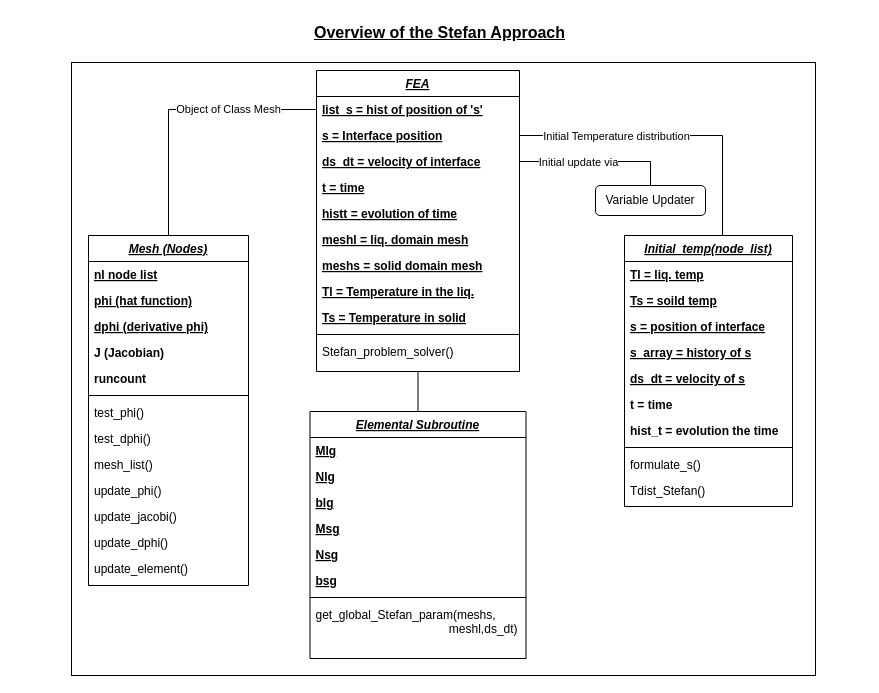
okolekar/PPP keeps this draw.io diagram as Stefan_Overview.drawio. Above is the earlier version. Source tidied: cells renumbered, new cells numbered last; positions are measured from the earlier drawing's top-left corner, leaving out a move shared by most shapes. Both pictures are drawn from the tidied source at 100%, with x=0, y=0 at pixel (17, 17).
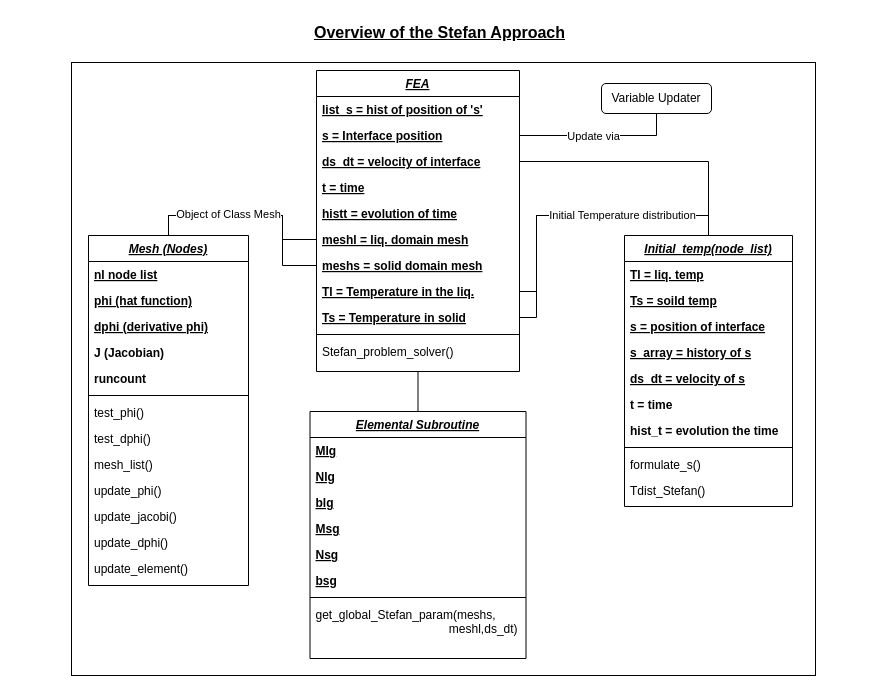
Above is the later version.

Unchanged cells that the change refers to:
```xml
<mxCell id="16" value="list_s = hist of position of 's'" style="text;align=left;verticalAlign=top;spacingLeft=4;spacingRight=4;overflow=hidden;points=[[0,0.5],[1,0.5]];portConstraint=eastwest;fontStyle=5;" parent="15" vertex="1">
  <mxGeometry y="26" width="203" height="26" as="geometry" />
</mxCell>
<mxCell id="17" value="s = Interface position" style="text;align=left;verticalAlign=top;spacingLeft=4;spacingRight=4;overflow=hidden;points=[[0,0.5],[1,0.5]];portConstraint=eastwest;rounded=0;shadow=0;html=0;fontStyle=5;" parent="15" vertex="1">
  <mxGeometry y="52" width="203" height="26" as="geometry" />
</mxCell>
<mxCell id="18" value="ds_dt = velocity of interface" style="text;align=left;verticalAlign=top;spacingLeft=4;spacingRight=4;overflow=hidden;points=[[0,0.5],[1,0.5]];portConstraint=eastwest;rounded=0;shadow=0;html=0;fontStyle=5;" parent="15" vertex="1">
  <mxGeometry y="78" width="203" height="26" as="geometry" />
</mxCell>
<mxCell id="21" value="meshl = liq. domain mesh" style="text;align=left;verticalAlign=top;spacingLeft=4;spacingRight=4;overflow=hidden;points=[[0,0.5],[1,0.5]];portConstraint=eastwest;rounded=0;shadow=0;html=0;fontStyle=5;" parent="15" vertex="1">
  <mxGeometry y="156" width="203" height="26" as="geometry" />
</mxCell>
<mxCell id="22" value="meshs = solid domain mesh" style="text;align=left;verticalAlign=top;spacingLeft=4;spacingRight=4;overflow=hidden;points=[[0,0.5],[1,0.5]];portConstraint=eastwest;rounded=0;shadow=0;html=0;fontStyle=5;" parent="15" vertex="1">
  <mxGeometry y="182" width="203" height="26" as="geometry" />
</mxCell>
<mxCell id="23" value="Tl = Temperature in the liq." style="text;align=left;verticalAlign=top;spacingLeft=4;spacingRight=4;overflow=hidden;points=[[0,0.5],[1,0.5]];portConstraint=eastwest;rounded=0;shadow=0;html=0;fontStyle=5;" parent="15" vertex="1">
  <mxGeometry y="208" width="203" height="26" as="geometry" />
</mxCell>
<mxCell id="24" value="Ts = Temperature in solid" style="text;align=left;verticalAlign=top;spacingLeft=4;spacingRight=4;overflow=hidden;points=[[0,0.5],[1,0.5]];portConstraint=eastwest;rounded=0;shadow=0;html=0;fontStyle=5;" parent="15" vertex="1">
  <mxGeometry y="234" width="203" height="26" as="geometry" />
</mxCell>
<mxCell id="27" value="Initial_temp(node_list)" style="swimlane;fontStyle=7;align=center;verticalAlign=top;horizontal=1;startSize=26;rounded=0;shadow=0;strokeWidth=1;" parent="1" vertex="1">
  <mxGeometry x="607" y="218" width="168" height="271" as="geometry" />
</mxCell>
<mxCell id="39" value="Mesh (Nodes)" style="swimlane;fontStyle=7;align=center;verticalAlign=top;horizontal=1;startSize=26;rounded=0;shadow=0;strokeWidth=1;" parent="1" vertex="1">
  <mxGeometry x="71" y="218" width="160" height="350" as="geometry" />
</mxCell>
```

What changed in the source:
```diff
@@
+    <mxCell id="13" style="edgeStyle=orthogonalEdgeStyle;rounded=0;jettySize=auto;html=1;exitX=1;exitY=0.5;exitDx=0;exitDy=0;entryX=0.502;entryY=-0.02;entryDx=0;entryDy=0;entryPerimeter=0;" parent="1" edge="1" source="17" target="27">
+      <mxGeometry relative="1" as="geometry" />
+    </mxCell>
@@
-    <mxCell id="13" style="edgeStyle=orthogonalEdgeStyle;rounded=0;jettySize=auto;html=1;entryX=0.5;entryY=0;entryDx=0;entryDy=0;endArrow=none;endFill=0;" parent="1" edge="1" source="17" target="27">
-      <mxGeometry relative="1" as="geometry">
-        <Array as="points">
-          <mxPoint x="705" y="118" />
-        </Array>
-      </mxGeometry>
-    </mxCell>
-    <mxCell id="14" value="Initial Temperature distribution" style="edgeLabel;html=1;align=center;verticalAlign=middle;" parent="13" vertex="1">
-      <mxGeometry x="-0.62" y="1" relative="1" as="geometry">
-        <mxPoint x="36" y="1" as="offset" />
-      </mxGeometry>
-    </mxCell>
@@
+    <mxCell id="58" style="edgeStyle=orthogonalEdgeStyle;rounded=0;jettySize=auto;html=1;exitX=0;exitY=0.5;exitDx=0;exitDy=0;entryX=0.5;entryY=0;entryDx=0;entryDy=0;endArrow=none;endFill=0;" parent="1" edge="1" source="22" target="39">
+      <mxGeometry relative="1" as="geometry" />
+    </mxCell>
-    <mxCell id="53" style="edgeStyle=orthogonalEdgeStyle;rounded=0;jettySize=auto;html=1;entryX=0.5;entryY=0;entryDx=0;entryDy=0;endArrow=none;endFill=0;" parent="1" edge="1" source="16" target="39">
+    <mxCell id="53" style="edgeStyle=orthogonalEdgeStyle;rounded=0;jettySize=auto;html=1;entryX=0.5;entryY=0;entryDx=0;entryDy=0;endArrow=none;endFill=0;exitX=0;exitY=0.5;exitDx=0;exitDy=0;" parent="1" edge="1" source="21" target="39">
       <mxGeometry relative="1" as="geometry" />
     </mxCell>
     <mxCell id="54" value="Object of Class Mesh" style="edgeLabel;html=1;align=center;verticalAlign=middle;" parent="53" vertex="1">
-      <mxGeometry x="-0.35" y="-1" relative="1" as="geometry" />
+      <mxGeometry x="-0.35" y="-1" relative="1" as="geometry">
+        <mxPoint x="-51" y="-1" as="offset" />
+      </mxGeometry>
     </mxCell>
     <mxCell id="55" value="Variable Updater" style="rounded=1;whiteSpace=wrap;html=1;" parent="1" vertex="1">
-      <mxGeometry x="578" y="168" width="110" height="30" as="geometry" />
+      <mxGeometry x="584" y="66" width="110" height="30" as="geometry" />
     </mxCell>
-    <mxCell id="56" style="edgeStyle=orthogonalEdgeStyle;rounded=0;jettySize=auto;html=1;exitX=1;exitY=0.5;exitDx=0;exitDy=0;entryX=0.5;entryY=0;entryDx=0;entryDy=0;endArrow=none;endFill=0;" parent="1" edge="1" source="18" target="55">
+    <mxCell id="56" style="edgeStyle=orthogonalEdgeStyle;rounded=0;jettySize=auto;html=1;exitX=1;exitY=0.5;exitDx=0;exitDy=0;entryX=0.5;entryY=1;entryDx=0;entryDy=0;endArrow=none;endFill=0;" parent="1" edge="1" source="17" target="55">
       <mxGeometry relative="1" as="geometry" />
     </mxCell>
-    <mxCell id="57" value="Initial update via" style="edgeLabel;html=1;align=center;verticalAlign=middle;" parent="56" vertex="1">
+    <mxCell id="57" value="Update via" style="edgeLabel;html=1;align=center;verticalAlign=middle;" parent="56" vertex="1">
       <mxGeometry x="-0.43" y="-3" relative="1" as="geometry">
-        <mxPoint x="14" y="-3" as="offset" />
+        <mxPoint x="28" y="-3" as="offset" />
       </mxGeometry>
     </mxCell>
+    <mxCell id="59" style="edgeStyle=orthogonalEdgeStyle;rounded=0;jettySize=auto;html=1;exitX=1;exitY=0.5;exitDx=0;exitDy=0;entryX=0.5;entryY=0;entryDx=0;entryDy=0;endArrow=none;endFill=0;" parent="1" edge="1" source="23" target="27">
+      <mxGeometry relative="1" as="geometry">
+        <Array as="points">
+          <mxPoint x="519" y="274" />
+          <mxPoint x="519" y="198" />
+          <mxPoint x="691" y="198" />
+        </Array>
+      </mxGeometry>
+    </mxCell>
+    <mxCell id="60" style="edgeStyle=orthogonalEdgeStyle;rounded=0;jettySize=auto;html=1;entryX=0.5;entryY=0;entryDx=0;entryDy=0;endArrow=none;endFill=0;" parent="1" edge="1" source="24" target="27">
+      <mxGeometry relative="1" as="geometry">
+        <Array as="points">
+          <mxPoint x="519" y="300" />
+          <mxPoint x="519" y="198" />
+          <mxPoint x="691" y="198" />
+        </Array>
+      </mxGeometry>
+    </mxCell>
+    <mxCell id="14" value="Initial Temperature distribution" style="edgeLabel;html=1;align=center;verticalAlign=middle;" parent="60" vertex="1">
+      <mxGeometry x="0.31" y="1" relative="1" as="geometry" />
+    </mxCell>
+    <mxCell id="61" style="edgeStyle=orthogonalEdgeStyle;rounded=0;jettySize=auto;html=1;exitX=1;exitY=0.5;exitDx=0;exitDy=0;entryX=0.5;entryY=0;entryDx=0;entryDy=0;endArrow=none;endFill=0;" parent="1" edge="1" source="18" target="27">
+      <mxGeometry relative="1" as="geometry" />
+    </mxCell>
```
